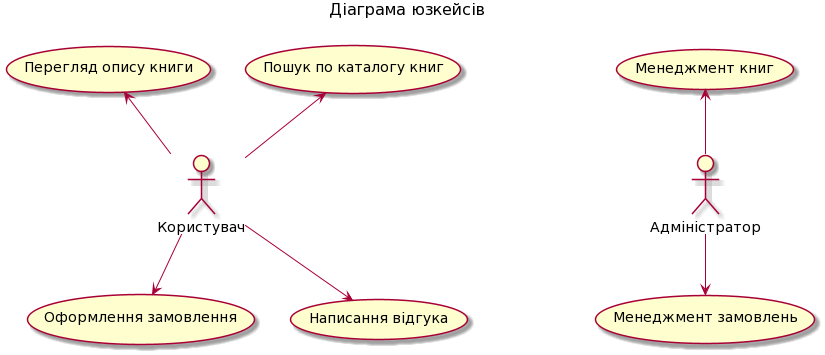
Before: docs/labs/lab1/img/use-cases.png, a diagram exported from PlantUML (Daaagama/ubook).
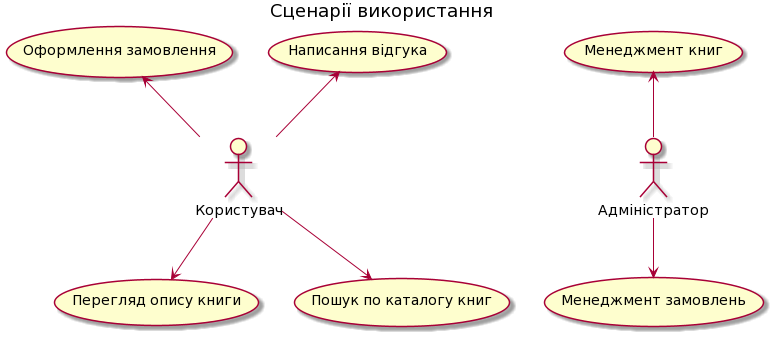
Above is the later version.

The edit, as a diff of the source:
```diff
@@ -1,16 +1,15 @@
 @startuml
 title
-    <font size=16 color=black>Діаграма юзкейсів
-    <font size=16 color=black>
+  <font size=18 color=black>Сценарії використання
 end title
 
 actor Користувач as user
 actor Адміністратор as admin
 
-usecase "Пошук по каталогу книг" as UC_01
-usecase "Перегляд опису книги" as UC_02
-usecase "Оформлення замовлення" as UC_03
-usecase "Написання відгука" as UC_04
+usecase "Перегляд опису книги" as UC_01
+usecase "Пошук по каталогу книг" as UC_02
+usecase "Написання відгука" as UC_03
+usecase "Оформлення замовлення" as UC_04
 
 usecase "Менеджмент книг" as UC_05
 usecase "Менеджмент замовлень" as UC_06
@@ -18,8 +17,8 @@
 admin -u-> UC_05
 admin -d-> UC_06
 
-user -u-> UC_01
-user -u-> UC_02
-user -d-> UC_03
-user -d-> UC_04
+user -d-> UC_02
+user -d-> UC_01
+user -u-> UC_03
+user -u-> UC_04
 @enduml
```
